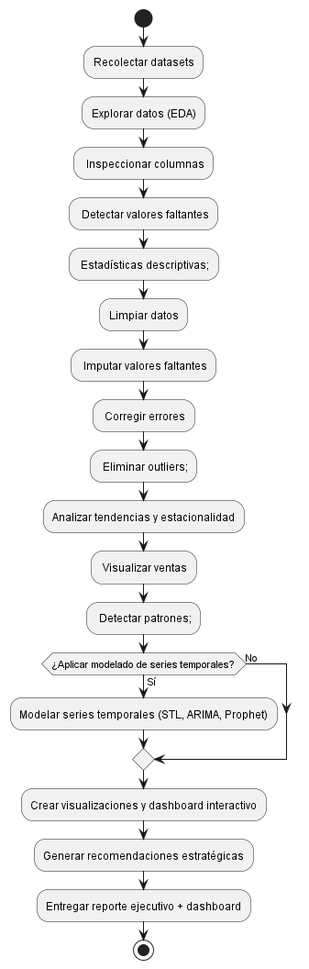
This is docs/images/activity_diagram.png from Ares-Infenus/Retail_Sales_Trend_Analysis, a PlantUML export, as it was before one commit. Its source is kept beside it as docs/diagrams/activity_diagram.puml.
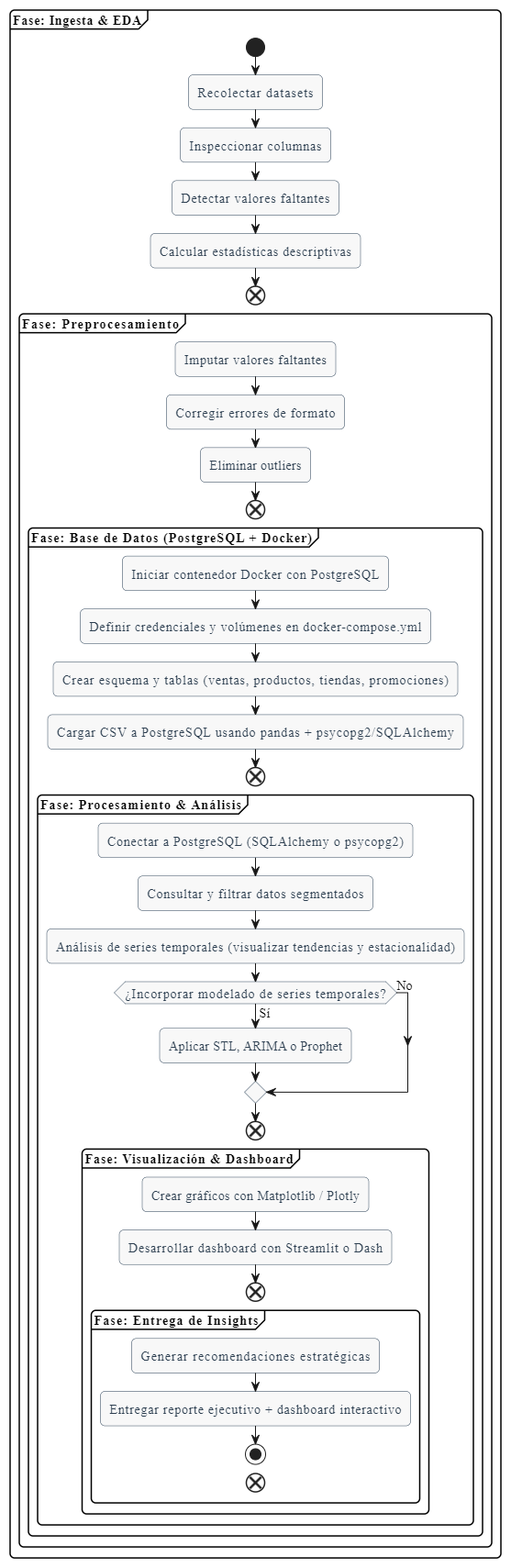
After the commit.

Commit message:
refactor(arquitectura): dockerizar PostgreSQL, reorganizar carpetas y actualizar UML

What changed in the source:
```diff
@@ -11,37 +11,45 @@
 skinparam roundCorner 10
 skinparam shadowing false
 
-|**Fase: Ingesta & EDA**|
-start
-:Recolectar datasets;
-group Exploración de Datos
+group **Fase: Ingesta & EDA**
+  start
+  :Recolectar datasets;
   :Inspeccionar columnas;
   :Detectar valores faltantes;
   :Calcular estadísticas descriptivas;
 end
 
-|**Fase: Preprocesamiento**|
-group Limpieza de Datos
+group **Fase: Preprocesamiento**
   :Imputar valores faltantes;
   :Corregir errores de formato;
   :Eliminar outliers;
 end
 
-|**Fase: Análisis de Tendencias**|
-group Análisis de Series
-  :Visualizar ventas a lo largo del tiempo;
-  :Detectar patrones y estacionalidad;
+group **Fase: Base de Datos (PostgreSQL + Docker)**
+  :Iniciar contenedor Docker con PostgreSQL;
+  :Definir credenciales y volúmenes en docker-compose.yml;
+  :Crear esquema y tablas (ventas, productos, tiendas, promociones);
+  :Cargar CSV a PostgreSQL usando pandas + psycopg2/SQLAlchemy;
 end
 
-|**Fase: Modelado (opcional)**|
-if (¿Incorporar modelado\nde series temporales?) then (Sí)
-  :Aplicar STL, ARIMA o Prophet;
-else (No)
-endif
+group **Fase: Procesamiento & Análisis**
+  :Conectar a PostgreSQL (SQLAlchemy o psycopg2);
+  :Consultar y filtrar datos segmentados;
+  :Análisis de series temporales (visualizar tendencias y estacionalidad);
+  if (¿Incorporar modelado de series temporales?) then (Sí)
+    :Aplicar STL, ARIMA o Prophet;
+  else (No)
+  endif
+end
 
-|**Fase: Entrega de Insights**|
-:Crear dashboard interactivo;
-:Generar recomendaciones estratégicas;
-:Entregar reporte ejecutivo + dashboard;
-stop
+group **Fase: Visualización & Dashboard**
+  :Crear gráficos con Matplotlib / Plotly;
+  :Desarrollar dashboard con Streamlit o Dash;
+end
+
+group **Fase: Entrega de Insights**
+  :Generar recomendaciones estratégicas;
+  :Entregar reporte ejecutivo + dashboard interactivo;
+  stop
+end
 @enduml
```
